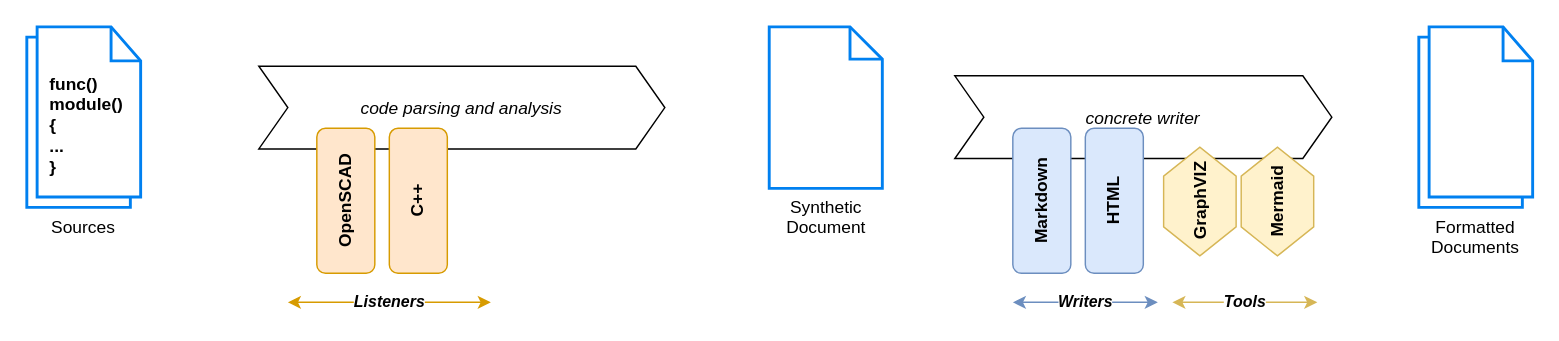
Before: page "Functional" (1 of 7) of docs/process.drawio in ggabbiani/orthodocs, a draw.io diagram. Source tidied: cells renumbered, new cells numbered last; positions are measured from the earlier drawing's top-left corner, leaving out a move shared by most shapes. Both pictures are drawn from the tidied source at 145%, with x=0, y=0 at pixel (26, 26).
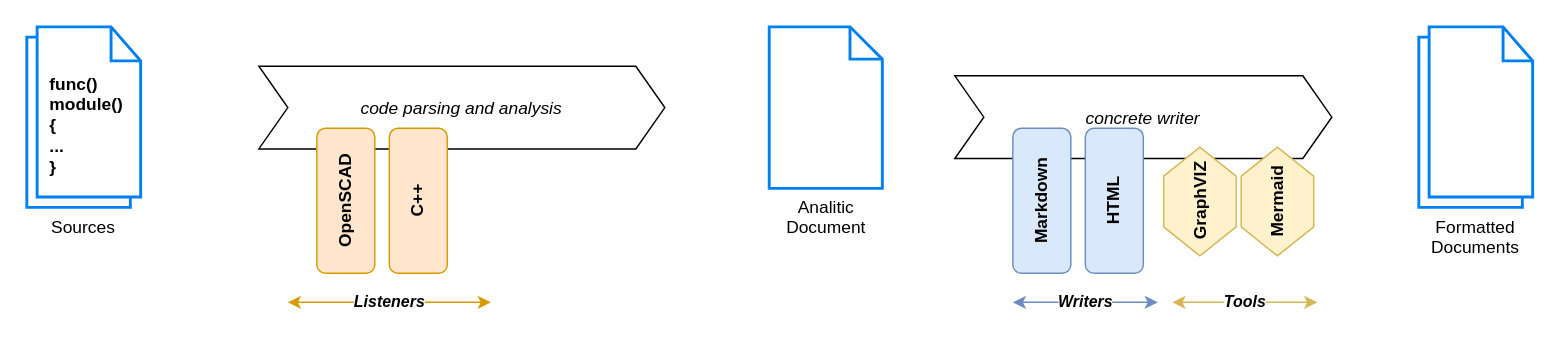
After the change.

Diff of the diagram source:
```diff
@@
-    <mxCell id="9" value="Synthetic&lt;br&gt;Document" style="html=1;verticalLabelPosition=bottom;align=center;labelBackgroundColor=#ffffff;verticalAlign=top;strokeWidth=2;strokeColor=#0080F0;shadow=0;dashed=0;shape=mxgraph.ios7.icons.document;" parent="1" vertex="1">
+    <mxCell id="9" value="Analitic&lt;br&gt;Document" style="html=1;verticalLabelPosition=bottom;align=center;labelBackgroundColor=#ffffff;verticalAlign=top;strokeWidth=2;strokeColor=#0080F0;shadow=0;dashed=0;shape=mxgraph.ios7.icons.document;" parent="1" vertex="1">
       <mxGeometry x="512" width="78" height="111.4" as="geometry" />
     </mxCell>
```
